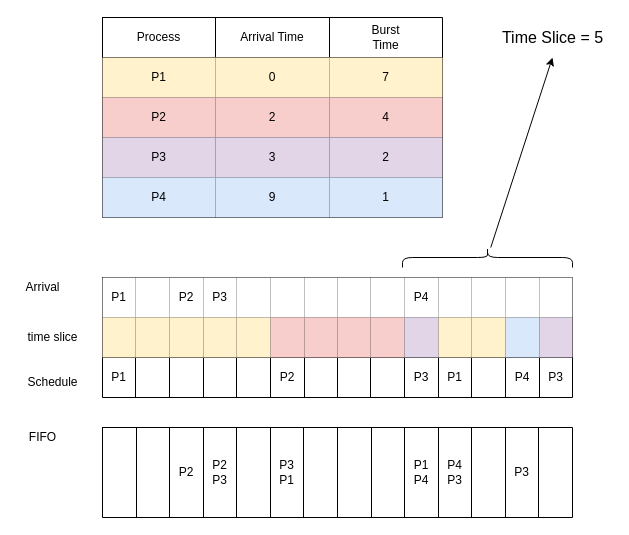
estraining/diagram-store keeps this draw.io diagram as Round-Robin-Schedling-Arrival(larger slice).drawio. Above is the earlier version. Source tidied: cells renumbered, new cells numbered last; positions are measured from the earlier drawing's top-left corner, leaving out a move shared by most shapes. Both pictures are drawn from the tidied source at 100%, with x=0, y=0 at pixel (17, 17).
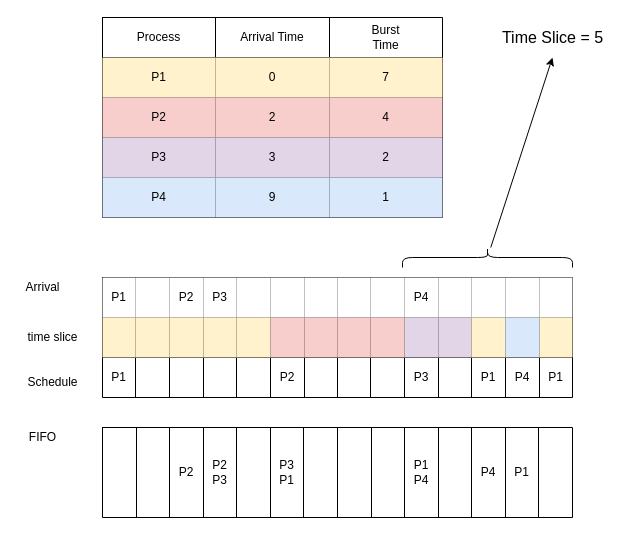
After the change.

The change refers to these unchanged cells:
```xml
<mxCell id="39" style="shape=partialRectangle;html=1;whiteSpace=wrap;fillColor=none;top=0;left=0;bottom=0;right=0;" parent="23" vertex="1">
  <mxGeometry y="40" width="470" height="40" as="geometry" />
</mxCell>
<mxCell id="54" style="shape=partialRectangle;html=1;whiteSpace=wrap;fillColor=none;top=0;left=0;bottom=0;right=0;" parent="23" vertex="1">
  <mxGeometry y="80" width="470" height="40" as="geometry" />
</mxCell>
<mxCell id="75" style="shape=partialRectangle;html=1;whiteSpace=wrap;fillColor=none;top=0;left=0;bottom=0;right=0;" parent="74" vertex="1">
  <mxGeometry width="470" height="90" as="geometry" />
</mxCell>
```

What changed in the source:
```diff
@@
-    <mxCell id="50" style="shape=partialRectangle;html=1;whiteSpace=wrap;overflow=hidden;fillColor=#fff2cc;top=0;left=0;bottom=0;right=0;strokeColor=#d6b656;" parent="39" vertex="1">
+    <mxCell id="50" style="shape=partialRectangle;html=1;whiteSpace=wrap;overflow=hidden;fillColor=#e1d5e7;top=0;left=0;bottom=0;right=0;strokeColor=#9673a6;" parent="39" vertex="1">
       <mxGeometry x="336" width="33" height="40" as="geometry" />
     </mxCell>
@@
-    <mxCell id="53" style="shape=partialRectangle;html=1;whiteSpace=wrap;overflow=hidden;fillColor=#e1d5e7;top=0;left=0;bottom=0;right=0;strokeColor=#9673a6;" parent="39" vertex="1">
+    <mxCell id="53" style="shape=partialRectangle;html=1;whiteSpace=wrap;overflow=hidden;fillColor=#fff2cc;top=0;left=0;bottom=0;right=0;strokeColor=#d6b656;" parent="39" vertex="1">
       <mxGeometry x="437" width="33" height="40" as="geometry" />
     </mxCell>
@@
-    <mxCell id="65" value="P1" style="shape=partialRectangle;html=1;whiteSpace=wrap;overflow=hidden;fillColor=none;top=0;left=0;bottom=0;right=0;" parent="54" vertex="1">
+    <mxCell id="65" style="shape=partialRectangle;html=1;whiteSpace=wrap;overflow=hidden;fillColor=none;top=0;left=0;bottom=0;right=0;" parent="54" vertex="1">
       <mxGeometry x="336" width="33" height="40" as="geometry" />
     </mxCell>
-    <mxCell id="66" style="shape=partialRectangle;html=1;whiteSpace=wrap;overflow=hidden;fillColor=none;top=0;left=0;bottom=0;right=0;" parent="54" vertex="1">
+    <mxCell id="66" value="P1" style="shape=partialRectangle;html=1;whiteSpace=wrap;overflow=hidden;fillColor=none;top=0;left=0;bottom=0;right=0;" parent="54" vertex="1">
       <mxGeometry x="369" width="34" height="40" as="geometry" />
     </mxCell>
@@
-    <mxCell id="68" value="P3" style="shape=partialRectangle;html=1;whiteSpace=wrap;overflow=hidden;fillColor=none;top=0;left=0;bottom=0;right=0;" parent="54" vertex="1">
+    <mxCell id="68" value="P1" style="shape=partialRectangle;html=1;whiteSpace=wrap;overflow=hidden;fillColor=none;top=0;left=0;bottom=0;right=0;" parent="54" vertex="1">
       <mxGeometry x="437" width="33" height="40" as="geometry" />
     </mxCell>
@@
-    <mxCell id="86" value="P4&lt;br&gt;P3" style="shape=partialRectangle;html=1;whiteSpace=wrap;overflow=hidden;fillColor=none;top=0;left=0;bottom=0;right=0;" parent="75" vertex="1">
+    <mxCell id="86" style="shape=partialRectangle;html=1;whiteSpace=wrap;overflow=hidden;fillColor=none;top=0;left=0;bottom=0;right=0;" parent="75" vertex="1">
       <mxGeometry x="336" width="33" height="90" as="geometry" />
     </mxCell>
-    <mxCell id="87" style="shape=partialRectangle;html=1;whiteSpace=wrap;overflow=hidden;fillColor=none;top=0;left=0;bottom=0;right=0;" parent="75" vertex="1">
+    <mxCell id="87" value="P4" style="shape=partialRectangle;html=1;whiteSpace=wrap;overflow=hidden;fillColor=none;top=0;left=0;bottom=0;right=0;" parent="75" vertex="1">
       <mxGeometry x="369" width="34" height="90" as="geometry" />
     </mxCell>
-    <mxCell id="88" value="P3&lt;br&gt;" style="shape=partialRectangle;html=1;whiteSpace=wrap;overflow=hidden;fillColor=none;top=0;left=0;bottom=0;right=0;" parent="75" vertex="1">
+    <mxCell id="88" value="P1" style="shape=partialRectangle;html=1;whiteSpace=wrap;overflow=hidden;fillColor=none;top=0;left=0;bottom=0;right=0;" parent="75" vertex="1">
       <mxGeometry x="403" width="33" height="90" as="geometry" />
     </mxCell>
```
